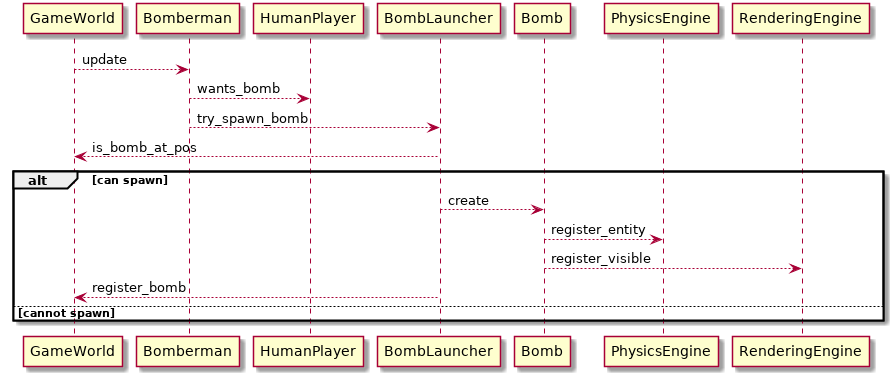
NadzwyczajnaGrupaRobocza/bomberman keeps this PlantUML diagram as docs/img/UC_2_1.png. Above is the earlier version.
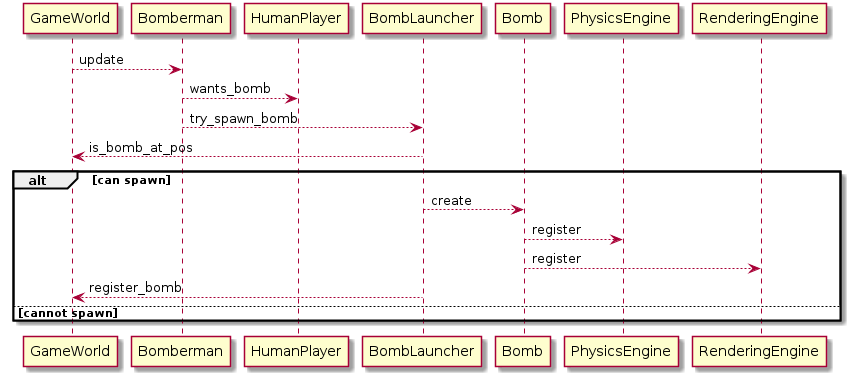
Above is the later version.

Change to the diagram source:
```diff
@@ -6,8 +6,8 @@
 BombLauncher --> GameWorld : is_bomb_at_pos
 alt can spawn
 BombLauncher --> Bomb : create
-Bomb --> PhysicsEngine : register_entity
-Bomb --> RenderingEngine : register_visible
+Bomb --> PhysicsEngine : register
+Bomb --> RenderingEngine : register
 BombLauncher --> GameWorld : register_bomb
 else cannot spawn
 end
```
